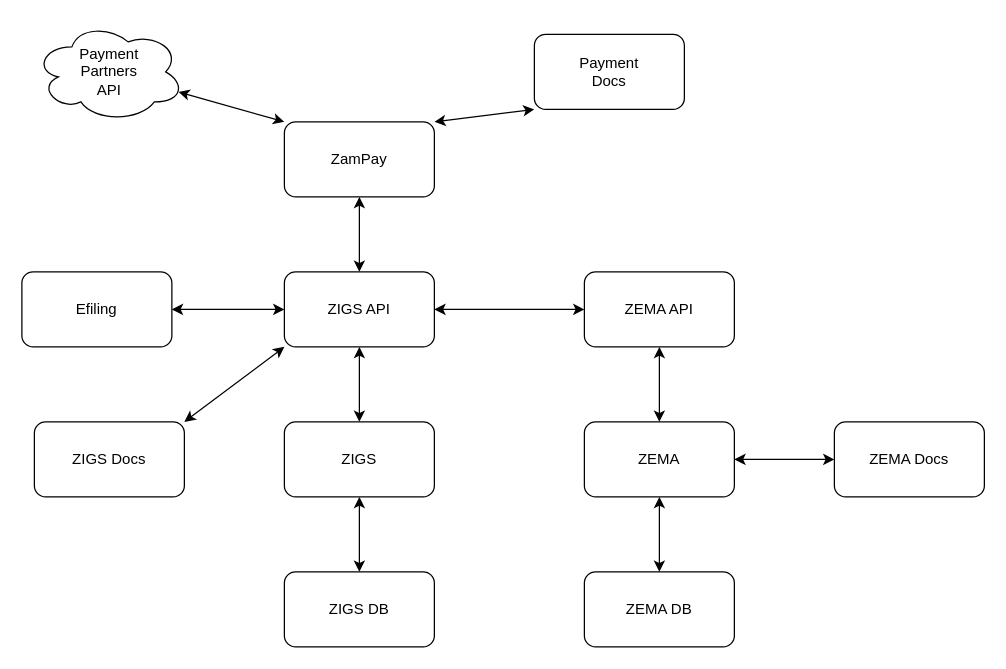
Above: межсервисноевзаимодействие.drawio in Paremir/Asp.Net-2 (draw.io), before the change. Source tidied: cells renumbered, new cells numbered last; positions are measured from the earlier drawing's top-left corner, leaving out a move shared by most shapes. Both pictures are drawn from the tidied source at 125%, with x=0, y=0 at pixel (21, 21).
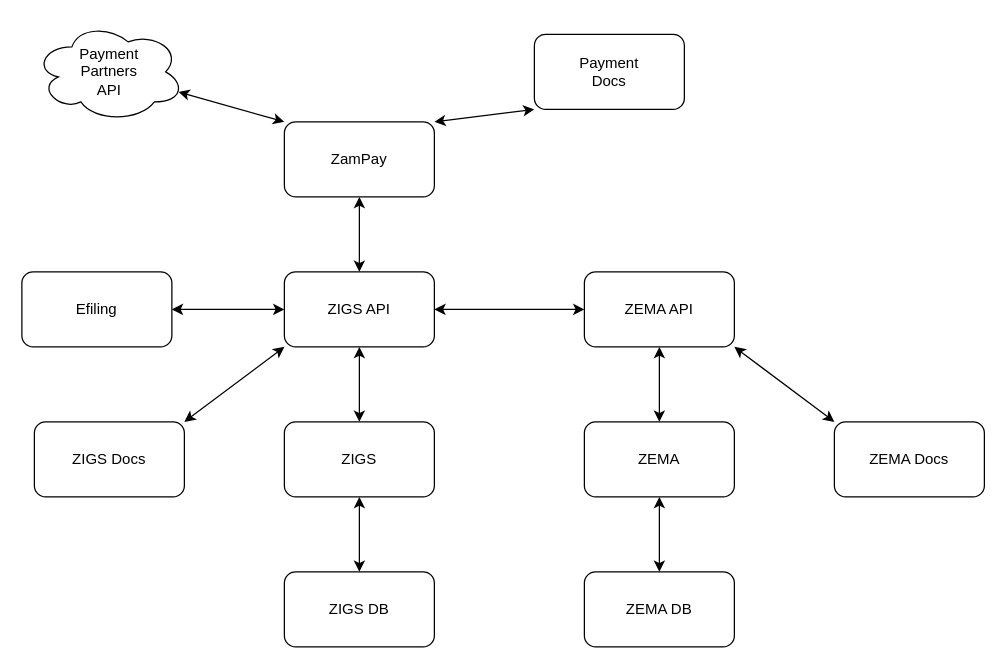
Above is the later version.

The change refers to these unchanged cells:
```xml
<mxCell id="10" value="ZEMA API" style="rounded=1;whiteSpace=wrap;html=1;" parent="1" vertex="1">
  <mxGeometry x="450" y="200" width="120" height="60" as="geometry" />
</mxCell>
<mxCell id="11" value="ZEMA" style="rounded=1;whiteSpace=wrap;html=1;" parent="1" vertex="1">
  <mxGeometry x="450" y="320" width="120" height="60" as="geometry" />
</mxCell>
<mxCell id="12" value="ZEMA Docs" style="rounded=1;whiteSpace=wrap;html=1;" parent="1" vertex="1">
  <mxGeometry x="650" y="320" width="120" height="60" as="geometry" />
</mxCell>
```

Diff of the diagram source:
```diff
@@
-    <mxCell id="24" style="endArrow=classic;startArrow=classic;html=1;rounded=0;entryX=0;entryY=0.5;entryDx=0;entryDy=0;exitX=1;exitY=0.5;exitDx=0;exitDy=0;" parent="1" edge="1" source="11" target="12">
+    <mxCell id="24" style="endArrow=classic;startArrow=classic;html=1;rounded=0;entryX=0;entryY=0;entryDx=0;entryDy=0;exitX=1;exitY=1;exitDx=0;exitDy=0;" parent="1" edge="1" source="10" target="12">
       <mxGeometry relative="1" as="geometry" />
     </mxCell>
```
